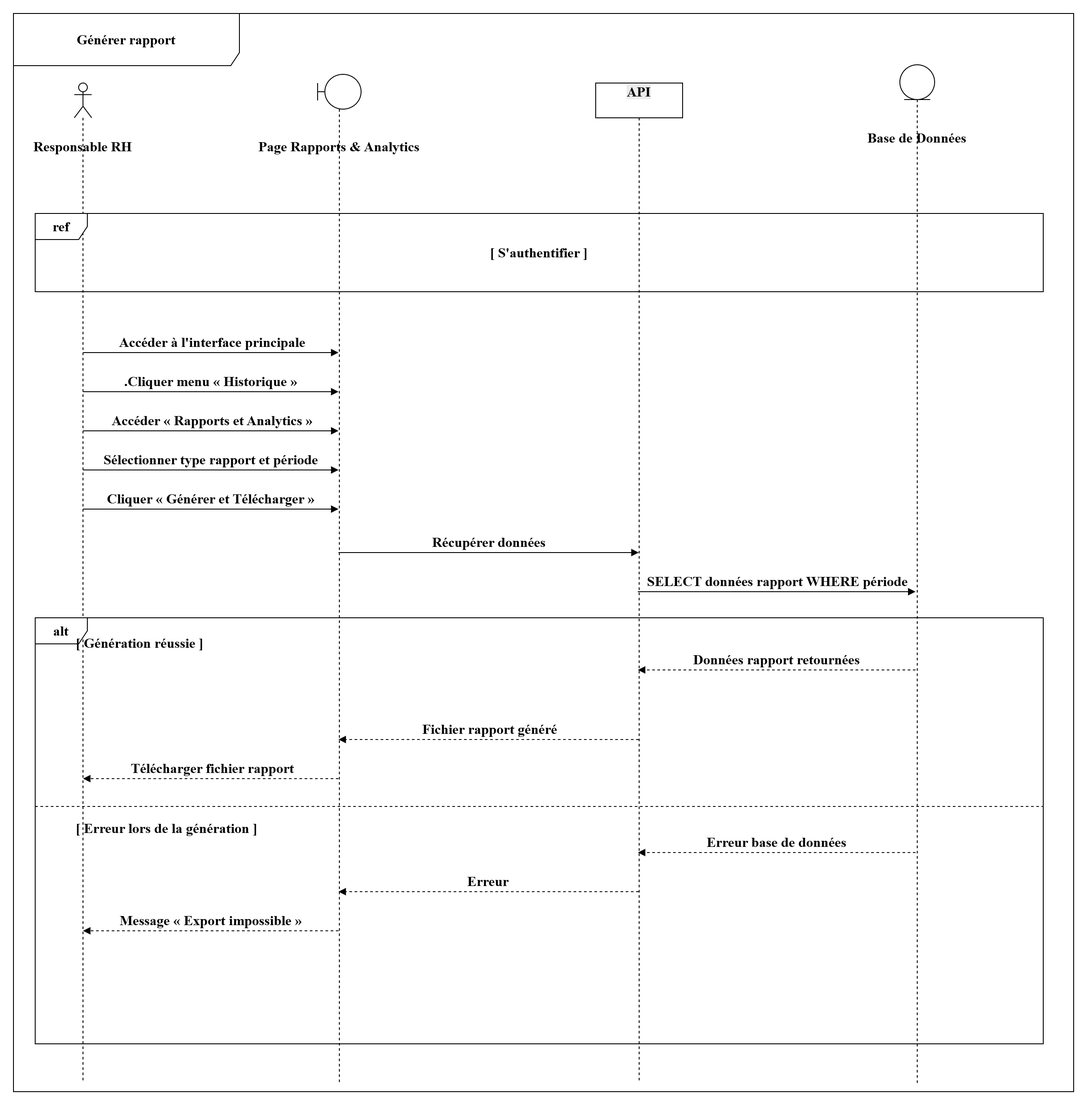
This is projet/images/digf/ss4/gr.drawio.png from louu7895/pfe, a draw.io export, as it was before one commit. Source tidied: cells renumbered, new cells last; positions are measured from the earlier drawing's top-left corner, leaving out a move shared by most shapes.
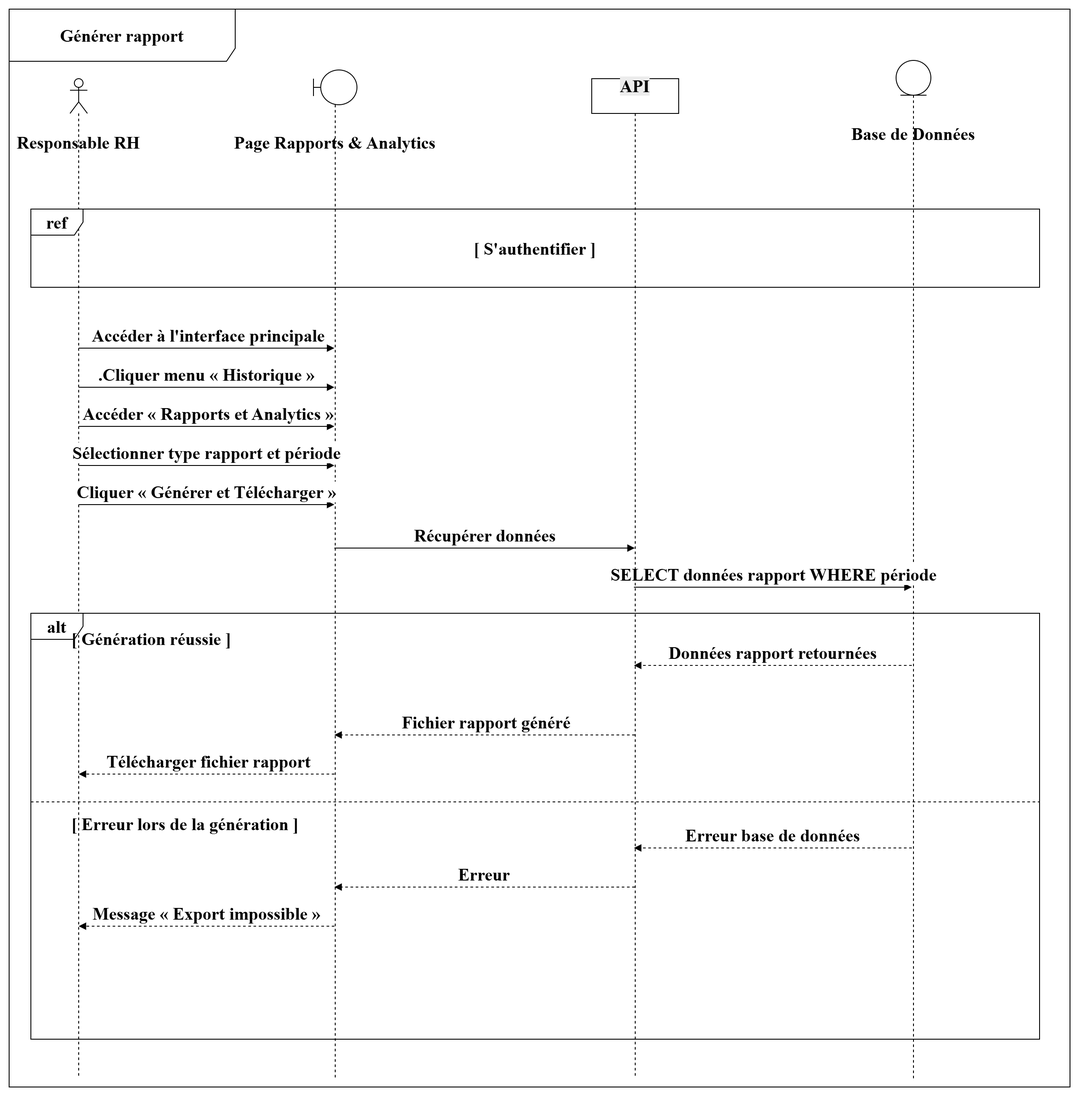
After the change.

Change to the diagram source:
```diff
@@ -2,124 +2,124 @@
   <root>
     <mxCell id="0" />
     <mxCell id="1" parent="0" />
-    <mxCell id="2" style="shape=umlLifeline;perimeter=lifelinePerimeter;whiteSpace=wrap;html=1;participant=umlActor;fontSize=16;fontFamily=Times New Roman;fontStyle=1;" parent="1" vertex="1">
+    <mxCell id="2" style="shape=umlLifeline;perimeter=lifelinePerimeter;whiteSpace=wrap;html=1;participant=umlActor;fontSize=20;fontFamily=Times New Roman;fontStyle=1;" parent="1" vertex="1">
       <mxGeometry x="70" y="80" width="20" height="1150" as="geometry" />
     </mxCell>
-    <mxCell id="3" style="shape=umlLifeline;perimeter=lifelinePerimeter;whiteSpace=wrap;html=1;participant=umlBoundary;fontSize=16;fontFamily=Times New Roman;fontStyle=1;" parent="1" vertex="1">
+    <mxCell id="3" style="shape=umlLifeline;perimeter=lifelinePerimeter;whiteSpace=wrap;html=1;participant=umlBoundary;fontSize=20;fontFamily=Times New Roman;fontStyle=1;" parent="1" vertex="1">
       <mxGeometry x="350" y="70" width="50" height="1160" as="geometry" />
     </mxCell>
-    <mxCell id="4" style="shape=umlLifeline;perimeter=lifelinePerimeter;whiteSpace=wrap;html=1;participant=umlEntity;fontSize=16;fontFamily=Times New Roman;fontStyle=1;" parent="1" vertex="1">
+    <mxCell id="4" style="shape=umlLifeline;perimeter=lifelinePerimeter;whiteSpace=wrap;html=1;participant=umlEntity;fontSize=20;fontFamily=Times New Roman;fontStyle=1;" parent="1" vertex="1">
       <mxGeometry x="1020" y="59" width="40" height="1171" as="geometry" />
     </mxCell>
-    <mxCell id="5" value="Responsable RH" style="text;html=1;whiteSpace=wrap;strokeColor=none;fillColor=none;align=center;verticalAlign=middle;rounded=0;fontSize=16;fontStyle=1;fontFamily=Times New Roman;" parent="1" vertex="1">
+    <mxCell id="5" value="Responsable RH" style="text;html=1;whiteSpace=wrap;strokeColor=none;fillColor=none;align=center;verticalAlign=middle;rounded=0;fontSize=20;fontStyle=1;fontFamily=Times New Roman;" parent="1" vertex="1">
       <mxGeometry y="140" width="160" height="25" as="geometry" />
     </mxCell>
-    <mxCell id="6" value="Page Rapports &amp;amp; Analytics" style="text;html=1;whiteSpace=wrap;strokeColor=none;fillColor=none;align=center;verticalAlign=middle;rounded=0;fontSize=16;fontStyle=1;fontFamily=Times New Roman;" parent="1" vertex="1">
+    <mxCell id="6" value="Page Rapports &amp;amp; Analytics" style="text;html=1;whiteSpace=wrap;strokeColor=none;fillColor=none;align=center;verticalAlign=middle;rounded=0;fontSize=20;fontStyle=1;fontFamily=Times New Roman;" parent="1" vertex="1">
       <mxGeometry x="255" y="140" width="240" height="25" as="geometry" />
     </mxCell>
-    <mxCell id="7" value="Base de Données" style="text;html=1;whiteSpace=wrap;strokeColor=none;fillColor=none;align=center;verticalAlign=middle;rounded=0;fontSize=16;fontStyle=1;fontFamily=Times New Roman;" parent="1" vertex="1">
+    <mxCell id="7" value="Base de Données" style="text;html=1;whiteSpace=wrap;strokeColor=none;fillColor=none;align=center;verticalAlign=middle;rounded=0;fontSize=20;fontStyle=1;fontFamily=Times New Roman;" parent="1" vertex="1">
       <mxGeometry x="955" y="130" width="170" height="25" as="geometry" />
     </mxCell>
-    <mxCell id="8" value="Générer rapport" style="shape=umlFrame;whiteSpace=wrap;html=1;width=260;height=60;fontSize=16;fontFamily=Times New Roman;fontStyle=1;" parent="1" vertex="1">
+    <mxCell id="8" value="Générer rapport" style="shape=umlFrame;whiteSpace=wrap;html=1;width=260;height=60;fontSize=20;fontFamily=Times New Roman;fontStyle=1;" parent="1" vertex="1">
       <mxGeometry width="1220" height="1240" as="geometry" />
     </mxCell>
-    <mxCell id="9" value="ref" style="shape=umlFrame;whiteSpace=wrap;html=1;fontSize=16;fontFamily=Times New Roman;fontStyle=1;" parent="1" vertex="1">
+    <mxCell id="9" value="ref" style="shape=umlFrame;whiteSpace=wrap;html=1;fontSize=20;fontFamily=Times New Roman;fontStyle=1;" parent="1" vertex="1">
       <mxGeometry x="25" y="230" width="1160" height="90" as="geometry" />
     </mxCell>
-    <mxCell id="10" value="[ S'authentifier ]" style="text;html=1;whiteSpace=wrap;strokeColor=none;fillColor=none;align=center;verticalAlign=middle;rounded=0;fontSize=16;fontStyle=1;fontFamily=Times New Roman;" parent="1" vertex="1">
+    <mxCell id="10" value="[ S'authentifier ]" style="text;html=1;whiteSpace=wrap;strokeColor=none;fillColor=none;align=center;verticalAlign=middle;rounded=0;fontSize=20;fontStyle=1;fontFamily=Times New Roman;" parent="1" vertex="1">
       <mxGeometry x="505" y="260" width="200" height="30" as="geometry" />
     </mxCell>
-    <mxCell id="11" value="&amp;nbsp;Accéder à l'interface principale" style="html=1;verticalAlign=bottom;endArrow=block;curved=0;rounded=0;fontSize=16;fontFamily=Times New Roman;fontStyle=1;" parent="1" edge="1">
+    <mxCell id="11" value="&amp;nbsp;Accéder à l'interface principale" style="html=1;verticalAlign=bottom;endArrow=block;curved=0;rounded=0;fontSize=20;fontFamily=Times New Roman;fontStyle=1;" parent="1" edge="1">
       <mxGeometry relative="1" as="geometry">
         <mxPoint x="80" y="390" as="sourcePoint" />
         <mxPoint x="374" y="390" as="targetPoint" />
       </mxGeometry>
     </mxCell>
-    <mxCell id="12" value=".Cliquer menu « Historique »" style="html=1;verticalAlign=bottom;endArrow=block;curved=0;rounded=0;fontSize=16;fontFamily=Times New Roman;fontStyle=1;" parent="1" edge="1">
+    <mxCell id="12" value=".Cliquer menu « Historique »" style="html=1;verticalAlign=bottom;endArrow=block;curved=0;rounded=0;fontSize=20;fontFamily=Times New Roman;fontStyle=1;" parent="1" edge="1">
       <mxGeometry relative="1" as="geometry">
         <mxPoint x="80" y="435" as="sourcePoint" />
         <mxPoint x="374" y="435" as="targetPoint" />
       </mxGeometry>
     </mxCell>
-    <mxCell id="13" value="&amp;nbsp;Accéder « Rapports et Analytics »" style="html=1;verticalAlign=bottom;endArrow=block;curved=0;rounded=0;fontSize=16;fontFamily=Times New Roman;fontStyle=1;" parent="1" edge="1">
+    <mxCell id="13" value="&amp;nbsp;Accéder « Rapports et Analytics »" style="html=1;verticalAlign=bottom;endArrow=block;curved=0;rounded=0;fontSize=20;fontFamily=Times New Roman;fontStyle=1;" parent="1" edge="1">
       <mxGeometry relative="1" as="geometry">
         <mxPoint x="80" y="480" as="sourcePoint" />
         <mxPoint x="374" y="480" as="targetPoint" />
       </mxGeometry>
     </mxCell>
-    <mxCell id="14" value="Sélectionner type rapport et période" style="html=1;verticalAlign=bottom;endArrow=block;curved=0;rounded=0;fontSize=16;fontFamily=Times New Roman;fontStyle=1;" parent="1" edge="1">
+    <mxCell id="14" value="Sélectionner type rapport et période" style="html=1;verticalAlign=bottom;endArrow=block;curved=0;rounded=0;fontSize=20;fontFamily=Times New Roman;fontStyle=1;" parent="1" edge="1">
       <mxGeometry relative="1" as="geometry">
         <mxPoint x="80" y="525" as="sourcePoint" />
         <mxPoint x="374" y="525" as="targetPoint" />
       </mxGeometry>
     </mxCell>
-    <mxCell id="15" value="Cliquer « Générer et Télécharger »" style="html=1;verticalAlign=bottom;endArrow=block;curved=0;rounded=0;fontSize=16;fontFamily=Times New Roman;fontStyle=1;" parent="1" edge="1">
+    <mxCell id="15" value="Cliquer « Générer et Télécharger »" style="html=1;verticalAlign=bottom;endArrow=block;curved=0;rounded=0;fontSize=20;fontFamily=Times New Roman;fontStyle=1;" parent="1" edge="1">
       <mxGeometry relative="1" as="geometry">
         <mxPoint x="80" y="570" as="sourcePoint" />
         <mxPoint x="374" y="570" as="targetPoint" />
       </mxGeometry>
     </mxCell>
-    <mxCell id="16" value="Récupérer données" style="html=1;verticalAlign=bottom;endArrow=block;curved=0;rounded=0;fontSize=16;fontFamily=Times New Roman;fontStyle=1;" parent="1" edge="1">
+    <mxCell id="16" value="Récupérer données" style="html=1;verticalAlign=bottom;endArrow=block;curved=0;rounded=0;fontSize=20;fontFamily=Times New Roman;fontStyle=1;" parent="1" edge="1">
       <mxGeometry relative="1" as="geometry">
         <mxPoint x="374" y="620" as="sourcePoint" />
         <mxPoint x="719.5" y="620" as="targetPoint" />
       </mxGeometry>
     </mxCell>
-    <mxCell id="17" value="SELECT données rapport WHERE période" style="html=1;verticalAlign=bottom;endArrow=block;curved=0;rounded=0;fontSize=16;fontFamily=Times New Roman;fontStyle=1;" parent="1" edge="1">
+    <mxCell id="17" value="SELECT données rapport WHERE période" style="html=1;verticalAlign=bottom;endArrow=block;curved=0;rounded=0;fontSize=20;fontFamily=Times New Roman;fontStyle=1;" parent="1" edge="1">
       <mxGeometry relative="1" as="geometry">
         <mxPoint x="718.5" y="665" as="sourcePoint" />
         <mxPoint x="1038" y="665" as="targetPoint" />
       </mxGeometry>
     </mxCell>
-    <mxCell id="18" value="alt" style="shape=umlFrame;whiteSpace=wrap;html=1;fontSize=16;fontFamily=Times New Roman;fontStyle=1;" parent="1" vertex="1">
+    <mxCell id="18" value="alt" style="shape=umlFrame;whiteSpace=wrap;html=1;fontSize=20;fontFamily=Times New Roman;fontStyle=1;" parent="1" vertex="1">
       <mxGeometry x="25" y="695" width="1160" height="490" as="geometry" />
     </mxCell>
-    <mxCell id="19" value="[ Génération réussie ]" style="text;html=1;whiteSpace=wrap;strokeColor=none;fillColor=none;align=left;verticalAlign=middle;rounded=0;fontSize=16;fontStyle=1;fontFamily=Times New Roman;" parent="1" vertex="1">
+    <mxCell id="19" value="[ Génération réussie ]" style="text;html=1;whiteSpace=wrap;strokeColor=none;fillColor=none;align=left;verticalAlign=middle;rounded=0;fontSize=20;fontStyle=1;fontFamily=Times New Roman;" parent="1" vertex="1">
       <mxGeometry x="70" y="711" width="240" height="25" as="geometry" />
     </mxCell>
-    <mxCell id="20" value="Données rapport retournées" style="html=1;verticalAlign=bottom;endArrow=block;curved=1;rounded=0;dashed=1;fontSize=16;fontFamily=Times New Roman;fontStyle=1;" parent="1" edge="1">
+    <mxCell id="20" value="Données rapport retournées" style="html=1;verticalAlign=bottom;endArrow=block;curved=1;rounded=0;dashed=1;fontSize=20;fontFamily=Times New Roman;fontStyle=1;" parent="1" edge="1">
       <mxGeometry relative="1" as="geometry">
         <mxPoint x="1038" y="755" as="sourcePoint" />
         <mxPoint x="718.5" y="755" as="targetPoint" />
       </mxGeometry>
     </mxCell>
-    <mxCell id="21" value="&amp;nbsp;Fichier rapport généré" style="html=1;verticalAlign=bottom;endArrow=block;curved=1;rounded=0;dashed=1;fontSize=16;fontFamily=Times New Roman;fontStyle=1;" parent="1" edge="1">
+    <mxCell id="21" value="&amp;nbsp;Fichier rapport généré" style="html=1;verticalAlign=bottom;endArrow=block;curved=1;rounded=0;dashed=1;fontSize=20;fontFamily=Times New Roman;fontStyle=1;" parent="1" edge="1">
       <mxGeometry relative="1" as="geometry">
         <mxPoint x="719.5" y="835" as="sourcePoint" />
         <mxPoint x="374" y="835" as="targetPoint" />
       </mxGeometry>
     </mxCell>
-    <mxCell id="22" value="&amp;nbsp;Télécharger fichier rapport" style="html=1;verticalAlign=bottom;endArrow=block;curved=1;rounded=0;dashed=1;fontSize=16;fontFamily=Times New Roman;fontStyle=1;" parent="1" edge="1">
+    <mxCell id="22" value="&amp;nbsp;Télécharger fichier rapport" style="html=1;verticalAlign=bottom;endArrow=block;curved=1;rounded=0;dashed=1;fontSize=20;fontFamily=Times New Roman;fontStyle=1;" parent="1" edge="1">
       <mxGeometry relative="1" as="geometry">
         <mxPoint x="374" y="880" as="sourcePoint" />
         <mxPoint x="80" y="880" as="targetPoint" />
       </mxGeometry>
     </mxCell>
-    <mxCell id="23" style="line;strokeWidth=1;fillColor=none;dashed=1;fontSize=16;fontFamily=Times New Roman;fontStyle=1;" parent="1" vertex="1">
+    <mxCell id="23" style="line;strokeWidth=1;fillColor=none;dashed=1;fontSize=20;fontFamily=Times New Roman;fontStyle=1;" parent="1" vertex="1">
       <mxGeometry x="25" y="908" width="1160" height="8" as="geometry" />
     </mxCell>
-    <mxCell id="24" value="[ Erreur lors de la génération ]" style="text;html=1;whiteSpace=wrap;strokeColor=none;fillColor=none;align=left;verticalAlign=middle;rounded=0;fontSize=16;fontStyle=1;fontFamily=Times New Roman;" parent="1" vertex="1">
+    <mxCell id="24" value="[ Erreur lors de la génération ]" style="text;html=1;whiteSpace=wrap;strokeColor=none;fillColor=none;align=left;verticalAlign=middle;rounded=0;fontSize=20;fontStyle=1;fontFamily=Times New Roman;" parent="1" vertex="1">
       <mxGeometry x="70" y="924" width="280" height="25" as="geometry" />
     </mxCell>
-    <mxCell id="25" value="Erreur base de données" style="html=1;verticalAlign=bottom;endArrow=block;curved=1;rounded=0;dashed=1;fontSize=16;fontFamily=Times New Roman;fontStyle=1;" parent="1" edge="1">
+    <mxCell id="25" value="Erreur base de données" style="html=1;verticalAlign=bottom;endArrow=block;curved=1;rounded=0;dashed=1;fontSize=20;fontFamily=Times New Roman;fontStyle=1;" parent="1" edge="1">
       <mxGeometry relative="1" as="geometry">
         <mxPoint x="1038" y="965" as="sourcePoint" />
         <mxPoint x="718.5" y="965" as="targetPoint" />
       </mxGeometry>
     </mxCell>
-    <mxCell id="26" value="Erreur" style="html=1;verticalAlign=bottom;endArrow=block;curved=1;rounded=0;dashed=1;fontSize=16;fontFamily=Times New Roman;fontStyle=1;" parent="1" edge="1">
+    <mxCell id="26" value="Erreur" style="html=1;verticalAlign=bottom;endArrow=block;curved=1;rounded=0;dashed=1;fontSize=20;fontFamily=Times New Roman;fontStyle=1;" parent="1" edge="1">
       <mxGeometry relative="1" as="geometry">
         <mxPoint x="719.5" y="1010" as="sourcePoint" />
         <mxPoint x="374" y="1010" as="targetPoint" />
       </mxGeometry>
     </mxCell>
-    <mxCell id="27" value="Message « Export impossible »" style="html=1;verticalAlign=bottom;endArrow=block;curved=1;rounded=0;dashed=1;fontSize=16;fontFamily=Times New Roman;fontStyle=1;" parent="1" edge="1">
+    <mxCell id="27" value="Message « Export impossible »" style="html=1;verticalAlign=bottom;endArrow=block;curved=1;rounded=0;dashed=1;fontSize=20;fontFamily=Times New Roman;fontStyle=1;" parent="1" edge="1">
       <mxGeometry relative="1" as="geometry">
         <mxPoint x="374" y="1055" as="sourcePoint" />
         <mxPoint x="80" y="1055" as="targetPoint" />
       </mxGeometry>
     </mxCell>
-    <mxCell id="28" value="&#10;&lt;span style=&quot;color: rgb(0, 0, 0); font-family: &amp;quot;Times New Roman&amp;quot;; font-variant-ligatures: normal; font-variant-caps: normal; letter-spacing: normal; orphans: 2; text-align: center; text-indent: 0px; text-transform: none; widows: 2; word-spacing: 0px; -webkit-text-stroke-width: 0px; white-space: normal; background-color: rgb(236, 236, 236); text-decoration-thickness: initial; text-decoration-style: initial; text-decoration-color: initial; float: none; display: inline !important;&quot;&gt;API&lt;/span&gt;&#10;&#10;" style="shape=umlLifeline;perimeter=lifelinePerimeter;whiteSpace=wrap;html=1;newEdgeStyle={&quot;curved&quot;:0,&quot;rounded&quot;:0};fontStyle=1;fontSize=16;" parent="1" vertex="1">
+    <mxCell id="28" value="&#10;&lt;span style=&quot;color: rgb(0, 0, 0); font-family: &amp;quot;Times New Roman&amp;quot;; font-variant-ligatures: normal; font-variant-caps: normal; letter-spacing: normal; orphans: 2; text-align: center; text-indent: 0px; text-transform: none; widows: 2; word-spacing: 0px; -webkit-text-stroke-width: 0px; white-space: normal; background-color: rgb(236, 236, 236); text-decoration-thickness: initial; text-decoration-style: initial; text-decoration-color: initial; float: none; display: inline !important;&quot;&gt;API&lt;/span&gt;&#10;&#10;" style="shape=umlLifeline;perimeter=lifelinePerimeter;whiteSpace=wrap;html=1;newEdgeStyle={&quot;curved&quot;:0,&quot;rounded&quot;:0};fontStyle=1;fontSize=20;" parent="1" vertex="1">
       <mxGeometry x="670" y="80" width="100" height="1150" as="geometry" />
     </mxCell>
   </root>
```
